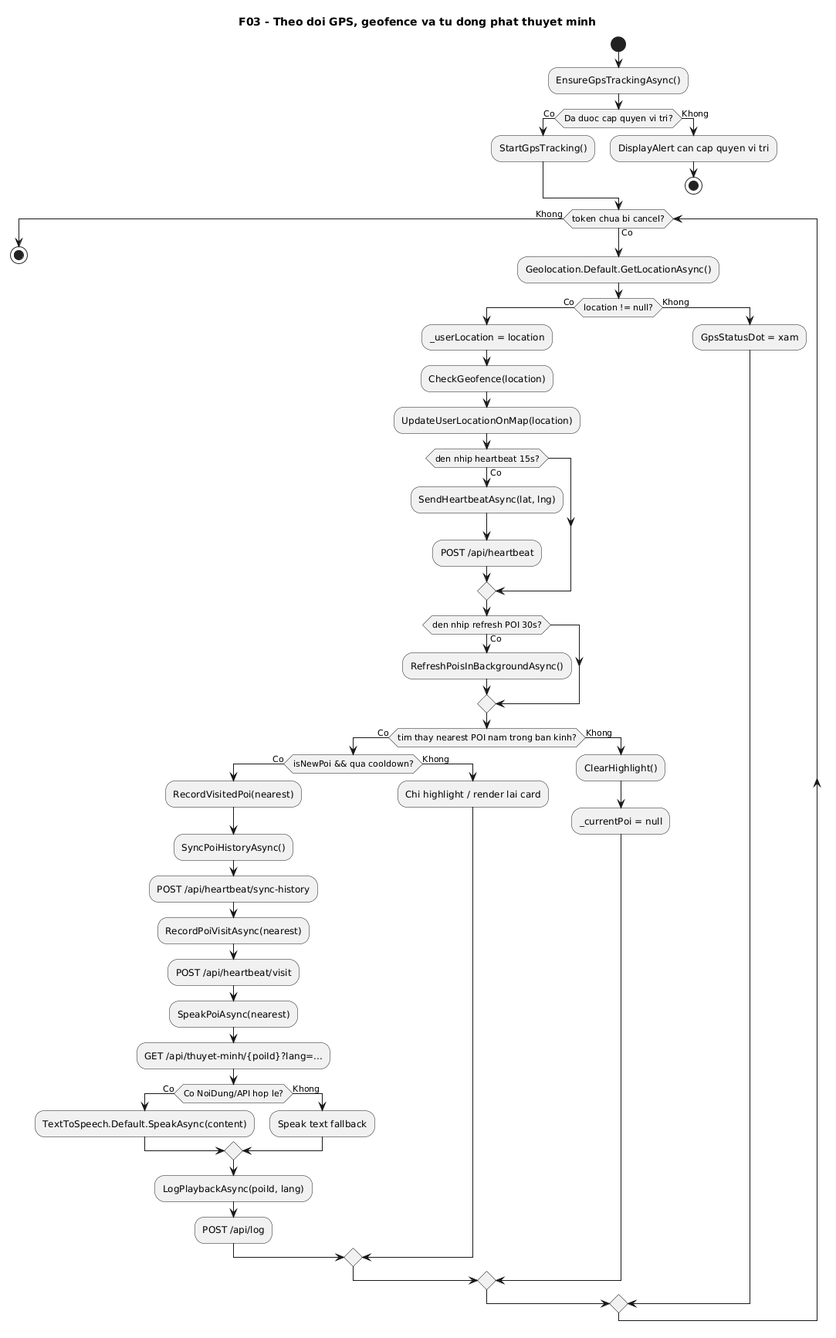
Above: docs/diagrams/png/03-geofence-audio-activity.png in VoBao182/PhoAmThuc (PlantUML), before the change. Source of this version:
```plantuml
@startuml
title F03 - Theo doi GPS, geofence va tu dong phat thuyet minh
start
:EnsureGpsTrackingAsync();
if (Da duoc cap quyen vi tri?) then (Co)
  :StartGpsTracking();
else (Khong)
  :DisplayAlert can cap quyen vi tri;
  stop
endif

while (token chua bi cancel?) is (Co)
  :Geolocation.Default.GetLocationAsync();
  if (location != null?) then (Co)
    :_userLocation = location;
    :CheckGeofence(location);
    :UpdateUserLocationOnMap(location);

    if (den nhip heartbeat 15s?) then (Co)
      :SendHeartbeatAsync(lat, lng);
      :POST /api/heartbeat;
    endif

    if (den nhip refresh POI 30s?) then (Co)
      :RefreshPoisInBackgroundAsync();
    endif

    if (tim thay nearest POI nam trong ban kinh?) then (Co)
      if (isNewPoi && qua cooldown?) then (Co)
        :RecordVisitedPoi(nearest);
        :SyncPoiHistoryAsync();
        :POST /api/heartbeat/sync-history;
        :RecordPoiVisitAsync(nearest);
        :POST /api/heartbeat/visit;
        :SpeakPoiAsync(nearest);
        :GET /api/thuyet-minh/{poiId}?lang=...;
        if (Co NoiDung/API hop le?) then (Co)
          :TextToSpeech.Default.SpeakAsync(content);
        else (Khong)
          :Speak text fallback;
        endif
        :LogPlaybackAsync(poiId, lang);
        :POST /api/log;
      else (Khong)
        :Chi highlight / render lai card;
      endif
    else (Khong)
      :ClearHighlight();
      :_currentPoi = null;
    endif
  else (Khong)
    :GpsStatusDot = xam;
  endif
endwhile (Khong)
stop
@enduml
```
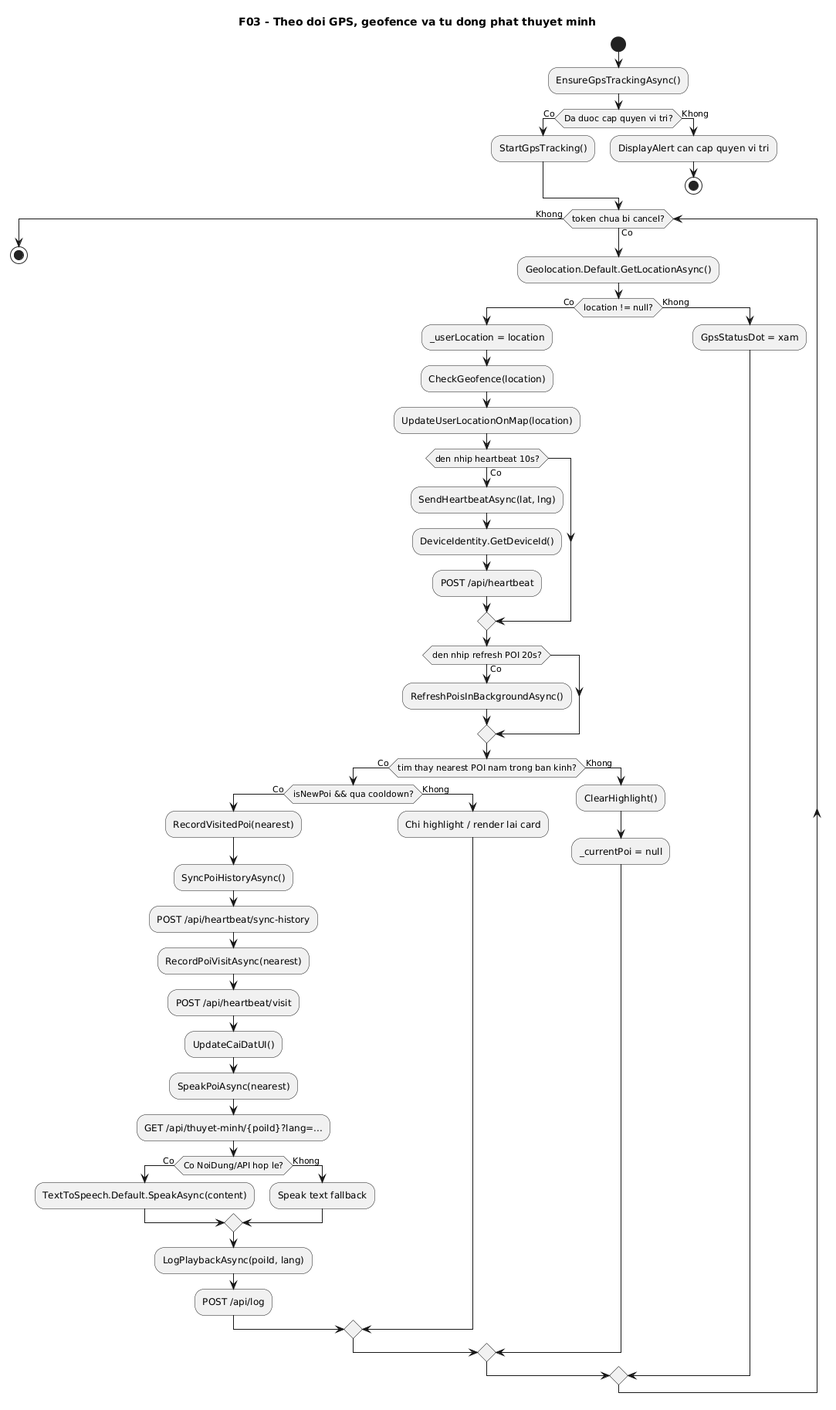
Above is the later version.

What changed in the source:
```diff
@@ -16,12 +16,13 @@
     :CheckGeofence(location);
     :UpdateUserLocationOnMap(location);
 
-    if (den nhip heartbeat 15s?) then (Co)
+    if (den nhip heartbeat 10s?) then (Co)
       :SendHeartbeatAsync(lat, lng);
+      :DeviceIdentity.GetDeviceId();
       :POST /api/heartbeat;
     endif
 
-    if (den nhip refresh POI 30s?) then (Co)
+    if (den nhip refresh POI 20s?) then (Co)
       :RefreshPoisInBackgroundAsync();
     endif
 
@@ -32,6 +33,7 @@
         :POST /api/heartbeat/sync-history;
         :RecordPoiVisitAsync(nearest);
         :POST /api/heartbeat/visit;
+        :UpdateCaiDatUI();
         :SpeakPoiAsync(nearest);
         :GET /api/thuyet-minh/{poiId}?lang=...;
         if (Co NoiDung/API hop le?) then (Co)
```
